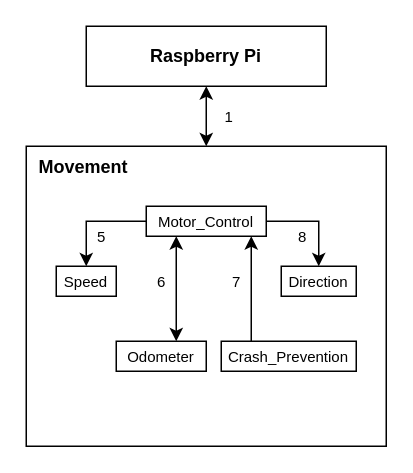
Above: documentation/ArchitecturalDesignSpecification/drawio/movement/movement.drawio in tragicfall/Senior-Design (draw.io), before the change. Source tidied: cells renumbered, new cells numbered last; positions are measured from the earlier drawing's top-left corner, leaving out a move shared by most shapes. Both pictures are drawn from the tidied source at 150%, with x=0, y=0 at pixel (26, 26).
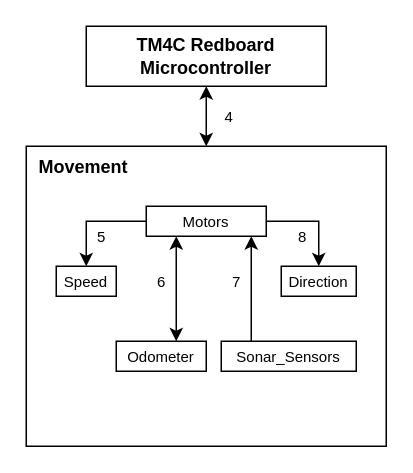
The same page after the edit.

Diff of the diagram source:
```diff
@@
-    <mxCell id="5" value="&lt;font style=&quot;font-size: 10px;&quot;&gt;Motor_Control&lt;/font&gt;" style="rounded=0;whiteSpace=wrap;html=1;" parent="1" vertex="1">
+    <mxCell id="5" value="&lt;font style=&quot;font-size: 10px;&quot;&gt;Motors&lt;/font&gt;" style="rounded=0;whiteSpace=wrap;html=1;" parent="1" vertex="1">
       <mxGeometry x="80" y="120" width="80" height="20" as="geometry" />
     </mxCell>
@@
-    <mxCell id="9" value="&lt;font style=&quot;font-size: 10px;&quot;&gt;Crash_Prevention&lt;/font&gt;" style="rounded=0;whiteSpace=wrap;html=1;" parent="1" vertex="1">
+    <mxCell id="9" value="&lt;span style=&quot;font-size: 10px;&quot;&gt;Sonar_Sensors&lt;/span&gt;" style="rounded=0;whiteSpace=wrap;html=1;" parent="1" vertex="1">
       <mxGeometry x="130" y="210" width="90" height="20" as="geometry" />
     </mxCell>
@@
-    <mxCell id="17" value="Raspberry Pi" style="rounded=0;whiteSpace=wrap;html=1;fontStyle=1;" parent="1" vertex="1">
+    <mxCell id="17" value="&lt;b&gt;TM4C Redboard Microcontroller&lt;/b&gt;" style="rounded=0;whiteSpace=wrap;html=1;fontStyle=1;" parent="1" vertex="1">
       <mxGeometry x="40" width="160" height="40" as="geometry" />
     </mxCell>
-    <mxCell id="18" value="&lt;font style=&quot;font-size: 10px;&quot;&gt;1&lt;/font&gt;" style="text;html=1;align=center;verticalAlign=middle;strokeColor=none;fillColor=none;spacing=-3;" parent="1" vertex="1">
+    <mxCell id="18" value="&lt;font style=&quot;font-size: 10px;&quot;&gt;4&lt;/font&gt;" style="text;html=1;align=center;verticalAlign=middle;strokeColor=none;fillColor=none;spacing=-3;" parent="1" vertex="1">
       <mxGeometry x="125" y="50" width="20" height="20" as="geometry" />
     </mxCell>
```
